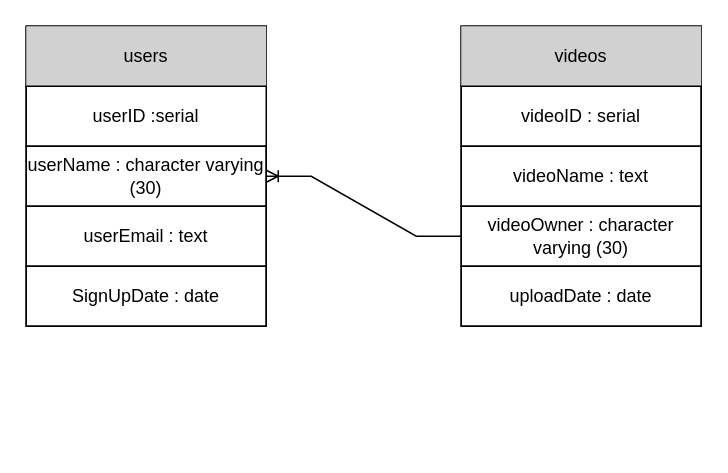
Earlier version of the draw.io diagram diagram.drawio (Shinikai123/test-gallery-front). Source tidied: cells renumbered, new cells numbered last; positions are measured from the earlier drawing's top-left corner, leaving out a move shared by most shapes. Both pictures are drawn from the tidied source at 150%, with x=0, y=0 at pixel (26, 26).
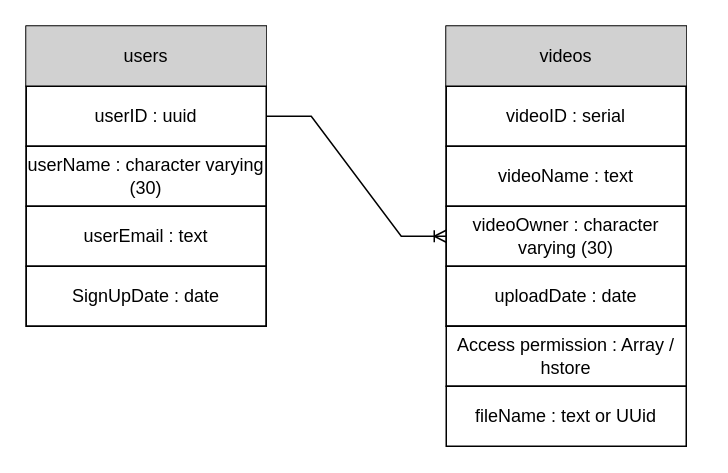
After the change.

The change refers to these unchanged cells:
```xml
<mxCell id="11" value="userName : character varying (30)" style="text;strokeColor=none;align=center;fillColor=none;html=1;verticalAlign=middle;whiteSpace=wrap;rounded=0;" parent="1" vertex="1">
  <mxGeometry y="80" width="160" height="40" as="geometry" />
</mxCell>
```

The edit, as a diff of the source:
```diff
@@
     <mxCell id="5" style="rounded=0;whiteSpace=wrap;html=1;" parent="1" vertex="1">
-      <mxGeometry x="290" width="160" height="200" as="geometry" />
+      <mxGeometry x="280" width="160" height="200" as="geometry" />
     </mxCell>
     <mxCell id="6" style="rounded=0;whiteSpace=wrap;html=1;" parent="1" vertex="1">
-      <mxGeometry x="290" width="160" height="40" as="geometry" />
+      <mxGeometry x="280" width="160" height="40" as="geometry" />
     </mxCell>
     <mxCell id="7" value="videos" style="text;strokeColor=none;align=center;fillColor=#D1D1D1;html=1;verticalAlign=middle;whiteSpace=wrap;rounded=0;" parent="1" vertex="1">
-      <mxGeometry x="290" width="160" height="40" as="geometry" />
+      <mxGeometry x="280" width="160" height="40" as="geometry" />
     </mxCell>
@@
-    <mxCell id="9" value="userID :serial" style="text;strokeColor=none;align=center;fillColor=none;html=1;verticalAlign=middle;whiteSpace=wrap;rounded=0;" parent="1" vertex="1">
+    <mxCell id="9" value="userID : uuid" style="text;strokeColor=none;align=center;fillColor=none;html=1;verticalAlign=middle;whiteSpace=wrap;rounded=0;" parent="1" vertex="1">
       <mxGeometry y="40" width="160" height="40" as="geometry" />
     </mxCell>
@@
     <mxCell id="14" style="rounded=0;whiteSpace=wrap;html=1;fillColor=none;" parent="1" vertex="1">
-      <mxGeometry x="290" y="40" width="160" height="40" as="geometry" />
+      <mxGeometry x="280" y="40" width="160" height="40" as="geometry" />
     </mxCell>
     <mxCell id="15" value="videoID : serial" style="text;strokeColor=none;align=center;fillColor=none;html=1;verticalAlign=middle;whiteSpace=wrap;rounded=0;" parent="1" vertex="1">
-      <mxGeometry x="290" y="40" width="160" height="40" as="geometry" />
+      <mxGeometry x="280" y="40" width="160" height="40" as="geometry" />
     </mxCell>
     <mxCell id="16" value="videoName : text" style="rounded=0;whiteSpace=wrap;html=1;fillColor=none;" parent="1" vertex="1">
-      <mxGeometry x="290" y="80" width="160" height="40" as="geometry" />
+      <mxGeometry x="280" y="80" width="160" height="40" as="geometry" />
     </mxCell>
     <mxCell id="17" value="videoOwner : character varying (30)" style="rounded=0;whiteSpace=wrap;html=1;fillColor=none;" parent="1" vertex="1">
-      <mxGeometry x="290" y="120" width="160" height="40" as="geometry" />
+      <mxGeometry x="280" y="120" width="160" height="40" as="geometry" />
     </mxCell>
     <mxCell id="18" value="uploadDate : date" style="whiteSpace=wrap;html=1;fillColor=none;" parent="1" vertex="1">
-      <mxGeometry x="290" y="160" width="160" height="40" as="geometry" />
+      <mxGeometry x="280" y="160" width="160" height="40" as="geometry" />
     </mxCell>
@@
-    <mxCell id="20" style="edgeStyle=entityRelationEdgeStyle;fontSize=12;html=1;endArrow=ERoneToMany;rounded=0;entryX=1;entryY=0.5;entryDx=0;entryDy=0;exitX=0;exitY=0.5;exitDx=0;exitDy=0;" parent="1" edge="1" source="17" target="11">
-      <mxGeometry relative="1" as="geometry" />
-    </mxCell>
+    <mxCell id="21" style="edgeStyle=entityRelationEdgeStyle;fontSize=12;html=1;endArrow=ERoneToMany;rounded=0;exitX=1;exitY=0.5;exitDx=0;exitDy=0;entryX=0;entryY=0.5;entryDx=0;entryDy=0;" parent="1" edge="1" source="9" target="17">
+      <mxGeometry relative="1" as="geometry" />
+    </mxCell>
+    <mxCell id="22" value="Access permission : Array / hstore" style="rounded=0;whiteSpace=wrap;html=1;" parent="1" vertex="1">
+      <mxGeometry x="280" y="200" width="160" height="40" as="geometry" />
+    </mxCell>
+    <mxCell id="23" value="fileName : text or UUid" style="rounded=0;whiteSpace=wrap;html=1;" parent="1" vertex="1">
+      <mxGeometry x="280" y="240" width="160" height="40" as="geometry" />
+    </mxCell>
```
